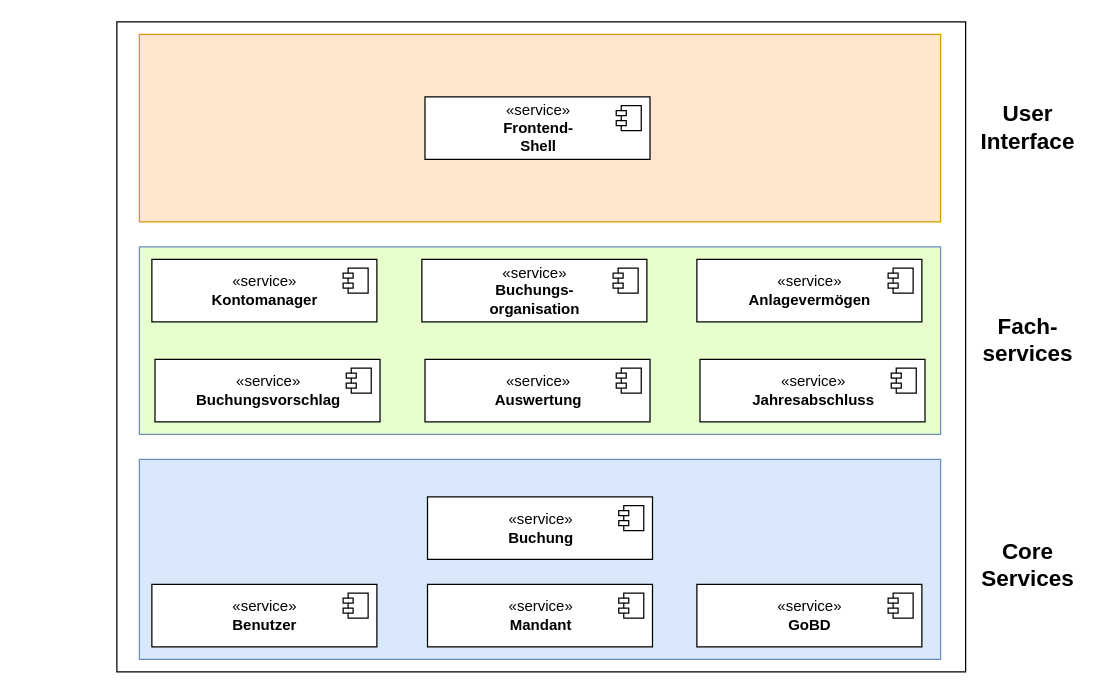
Before: page "technische Komponenten" (3 of 6) of architektur/Architektur.drawio in DirkPodolakEssquare/agenda, a draw.io diagram. Source tidied: cells renumbered, new cells numbered last; positions are measured from the earlier drawing's top-left corner, leaving out a move shared by most shapes. Both pictures are drawn from the tidied source at 125%, with x=0, y=0 at pixel (116, 21).
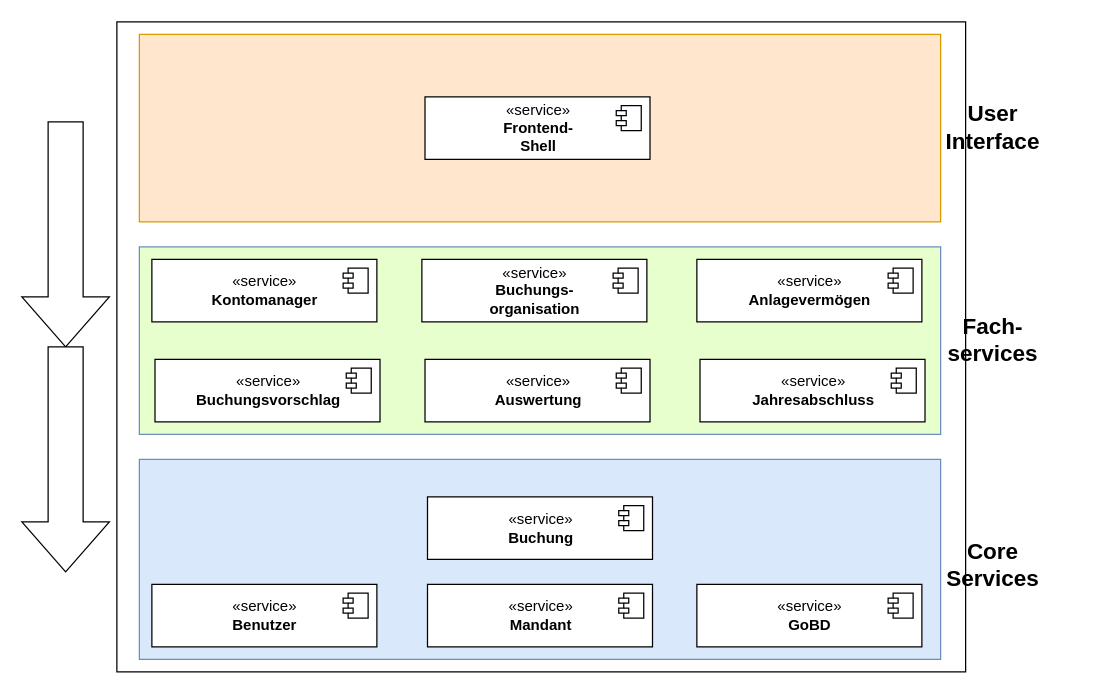
Above is the later version.

What changed in the source:
```diff
@@
     <mxCell id="28" value="&lt;font style=&quot;font-size: 18px&quot;&gt;&lt;b&gt;User&lt;br&gt;Interface&lt;br&gt;&lt;/b&gt;&lt;/font&gt;" style="text;html=1;strokeColor=none;fillColor=none;align=center;verticalAlign=middle;whiteSpace=wrap;rounded=0;hachureGap=4;" parent="1" vertex="1">
-      <mxGeometry x="709" y="75" width="40" height="20" as="geometry" />
+      <mxGeometry x="681" y="75" width="40" height="20" as="geometry" />
     </mxCell>
     <mxCell id="29" value="&lt;font style=&quot;font-size: 18px&quot;&gt;&lt;b&gt;Fach-&lt;br&gt;services&lt;/b&gt;&lt;/font&gt;" style="text;html=1;strokeColor=none;fillColor=none;align=center;verticalAlign=middle;whiteSpace=wrap;rounded=0;hachureGap=4;" parent="1" vertex="1">
-      <mxGeometry x="709" y="245" width="40" height="20" as="geometry" />
+      <mxGeometry x="681" y="245" width="40" height="20" as="geometry" />
     </mxCell>
     <mxCell id="30" value="&lt;font style=&quot;font-size: 18px&quot;&gt;&lt;b&gt;Core&lt;br&gt;Services&lt;/b&gt;&lt;/font&gt;" style="text;html=1;strokeColor=none;fillColor=none;align=center;verticalAlign=middle;whiteSpace=wrap;rounded=0;hachureGap=4;" parent="1" vertex="1">
-      <mxGeometry x="709" y="425" width="40" height="20" as="geometry" />
+      <mxGeometry x="681" y="425" width="40" height="20" as="geometry" />
     </mxCell>
+    <mxCell id="31" style="html=1;shadow=0;dashed=0;align=center;verticalAlign=middle;shape=mxgraph.arrows2.arrow;dy=0.6;dx=40;direction=south;notch=0;" parent="1" vertex="1">
+      <mxGeometry x="-76" y="80" width="70" height="180" as="geometry" />
+    </mxCell>
+    <mxCell id="32" style="html=1;shadow=0;dashed=0;align=center;verticalAlign=middle;shape=mxgraph.arrows2.arrow;dy=0.6;dx=40;direction=south;notch=0;" parent="1" vertex="1">
+      <mxGeometry x="-76" y="260" width="70" height="180" as="geometry" />
+    </mxCell>
```
